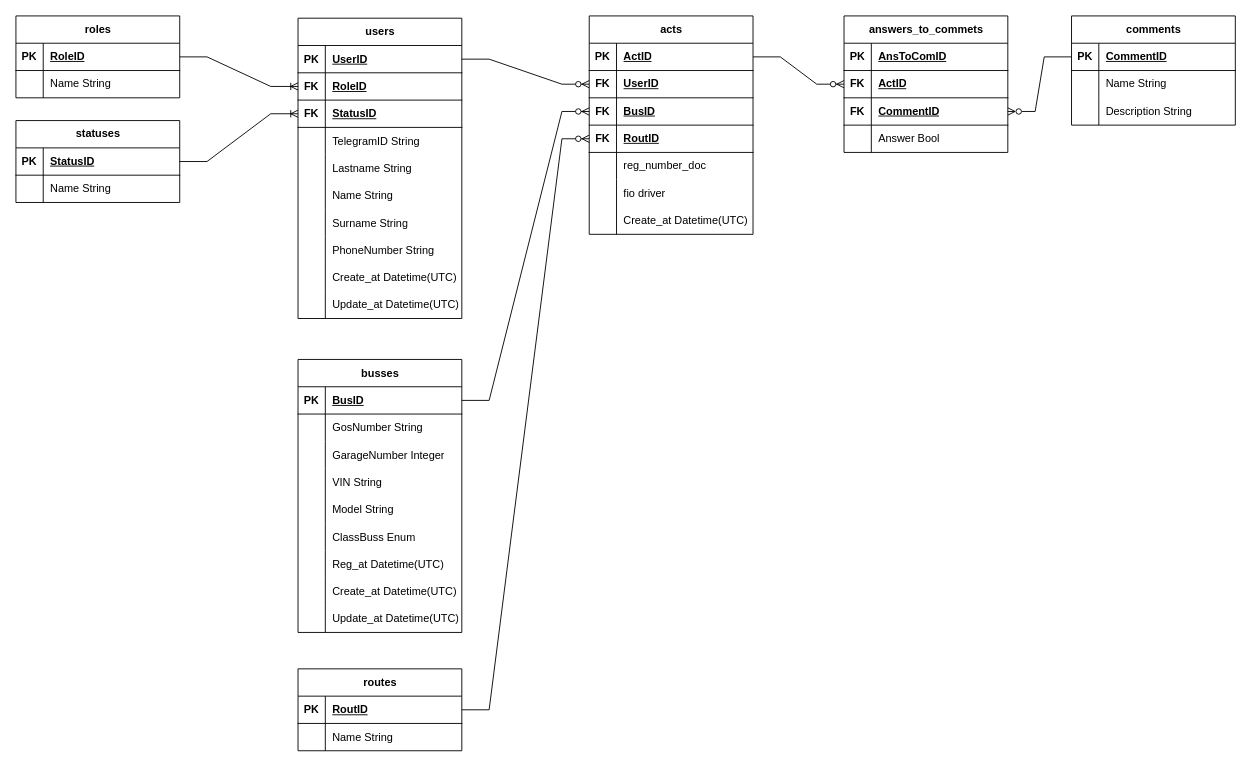
The draw.io diagram Диаграмма без названия.drawio in EvgeniiGud/draw, before the edit. Source tidied: cells renumbered, new cells numbered last; positions are measured from the earlier drawing's top-left corner, leaving out a move shared by most shapes. Both pictures are drawn from the tidied source at 91%, with x=0, y=0 at pixel (15, 15).
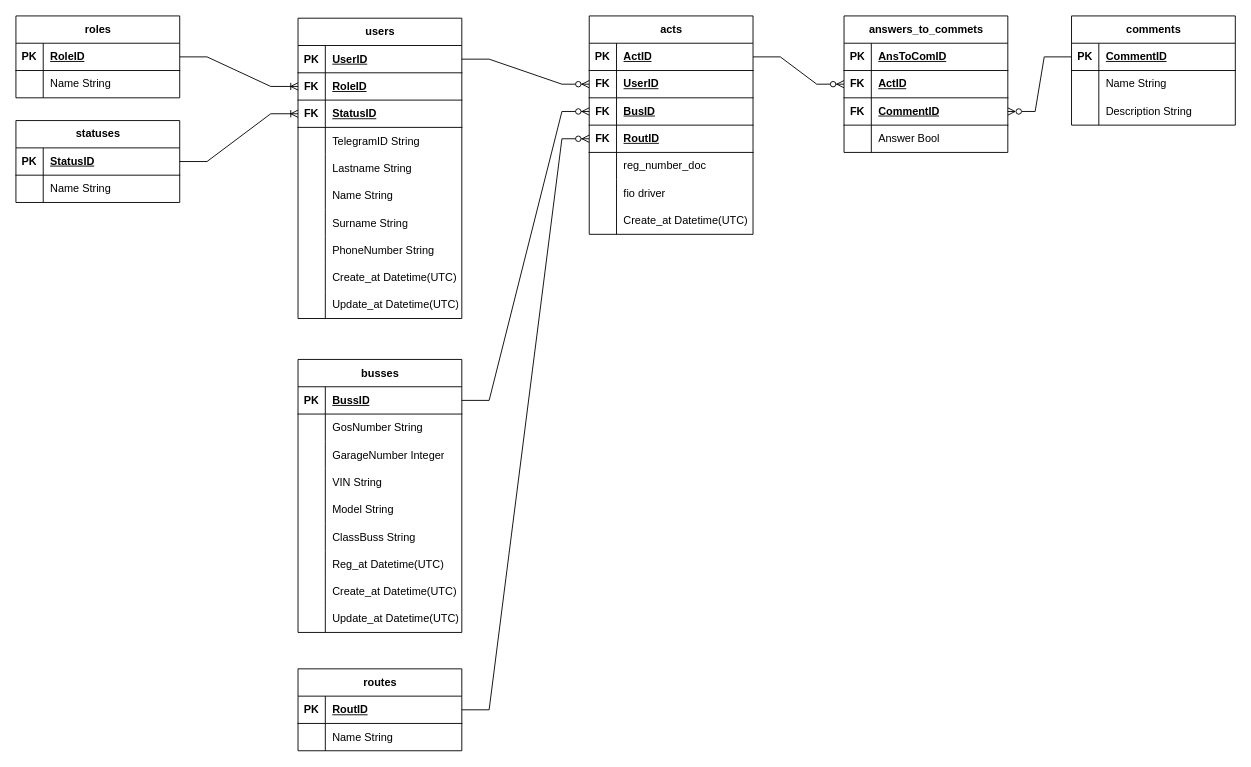
The same page after the edit.

Unchanged cells that the change refers to:
```xml
<mxCell id="34" style="shape=tableRow;horizontal=0;startSize=0;swimlaneHead=0;swimlaneBody=0;fillColor=none;points=[[0,0.5],[1,0.5]];portConstraint=eastwest;top=0;left=0;right=0;bottom=1;" parent="33" vertex="1">
  <mxGeometry y="30" width="180" height="30" as="geometry" />
</mxCell>
<mxCell id="49" style="shape=tableRow;horizontal=0;startSize=0;swimlaneHead=0;swimlaneBody=0;fillColor=none;top=0;left=0;right=0;bottom=0;" parent="33" vertex="1">
  <mxGeometry y="180" width="180" height="30" as="geometry" />
</mxCell>
```

The edit, as a diff of the source:
```diff
@@
-    <mxCell id="36" value="BusID" style="shape=partialRectangle;fillColor=none;top=0;left=0;bottom=0;right=0;align=left;spacingLeft=6;fontStyle=5;overflow=hidden;whiteSpace=wrap;html=1;" parent="34" vertex="1">
+    <mxCell id="36" value="BussID" style="shape=partialRectangle;fillColor=none;top=0;left=0;bottom=0;right=0;align=left;spacingLeft=6;fontStyle=5;overflow=hidden;whiteSpace=wrap;html=1;" parent="34" vertex="1">
       <mxGeometry x="30" width="150" height="30" as="geometry" />
     </mxCell>
@@
-    <mxCell id="51" value="ClassBuss Enum" style="shape=partialRectangle;fillColor=none;top=0;left=0;bottom=0;right=0;align=left;spacingLeft=6;overflow=hidden;whiteSpace=wrap;html=1;" parent="49" vertex="1">
+    <mxCell id="51" value="ClassBuss String" style="shape=partialRectangle;fillColor=none;top=0;left=0;bottom=0;right=0;align=left;spacingLeft=6;overflow=hidden;whiteSpace=wrap;html=1;" parent="49" vertex="1">
       <mxGeometry x="30" width="150" height="30" as="geometry" />
     </mxCell>
```
